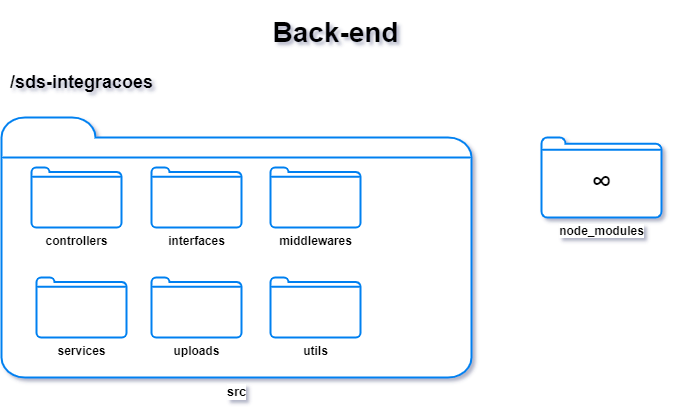
Before: img-docs/diagramas/diagrama-pacotes-backend.png, a diagram exported from draw.io (sdsunb/sds-integracoes-hackatona). Source tidied: cells renumbered, new cells last; positions are measured from the earlier drawing's top-left corner, leaving out a move shared by most shapes. The source it was exported from:
```xml
<mxGraphModel>
  <root>
    <mxCell id="0" />
    <mxCell id="1" parent="0" />
    <mxCell id="2" value="&lt;font style=&quot;font-size: 13px&quot;&gt;&lt;b&gt;src&lt;/b&gt;&lt;/font&gt;" style="html=1;verticalLabelPosition=bottom;align=center;labelBackgroundColor=#ffffff;verticalAlign=top;strokeWidth=2;strokeColor=#0080F0;shadow=0;dashed=0;shape=mxgraph.ios7.icons.folder;" parent="1" vertex="1">
      <mxGeometry y="110" width="470" height="260" as="geometry" />
    </mxCell>
    <mxCell id="3" value="&lt;h1&gt;&lt;font style=&quot;font-size: 28px&quot;&gt;Back-end&lt;/font&gt;&lt;/h1&gt;" style="text;html=1;align=center;verticalAlign=middle;strokeColor=none;fillColor=none;" parent="1" vertex="1">
      <mxGeometry x="264" width="140" height="50" as="geometry" />
    </mxCell>
    <mxCell id="4" value="&lt;h2&gt;/sds-integracoes&lt;/h2&gt;" style="text;html=1;align=center;verticalAlign=middle;strokeColor=none;fillColor=none;" parent="1" vertex="1">
      <mxGeometry y="50" width="160" height="50" as="geometry" />
    </mxCell>
    <mxCell id="5" value="&lt;b&gt;node_modules&lt;/b&gt;" style="html=1;verticalLabelPosition=bottom;align=center;labelBackgroundColor=#ffffff;verticalAlign=top;strokeWidth=2;strokeColor=#0080F0;shadow=0;dashed=0;shape=mxgraph.ios7.icons.folder;" parent="1" vertex="1">
      <mxGeometry x="540" y="130" width="120" height="80" as="geometry" />
    </mxCell>
    <mxCell id="6" value="&lt;b&gt;controllers&lt;/b&gt;" style="html=1;verticalLabelPosition=bottom;align=center;labelBackgroundColor=#ffffff;verticalAlign=top;strokeWidth=2;strokeColor=#0080F0;shadow=0;dashed=0;shape=mxgraph.ios7.icons.folder;" parent="1" vertex="1">
      <mxGeometry x="30" y="160" width="90" height="60" as="geometry" />
    </mxCell>
    <mxCell id="7" value="&lt;b&gt;interfaces&lt;/b&gt;" style="html=1;verticalLabelPosition=bottom;align=center;labelBackgroundColor=#ffffff;verticalAlign=top;strokeWidth=2;strokeColor=#0080F0;shadow=0;dashed=0;shape=mxgraph.ios7.icons.folder;" parent="1" vertex="1">
      <mxGeometry x="150" y="160" width="90" height="60" as="geometry" />
    </mxCell>
    <mxCell id="8" value="&lt;b&gt;middlewares&lt;br&gt;&lt;/b&gt;" style="html=1;verticalLabelPosition=bottom;align=center;labelBackgroundColor=#ffffff;verticalAlign=top;strokeWidth=2;strokeColor=#0080F0;shadow=0;dashed=0;shape=mxgraph.ios7.icons.folder;" parent="1" vertex="1">
      <mxGeometry x="269" y="160" width="90" height="60" as="geometry" />
    </mxCell>
    <mxCell id="9" value="&lt;b&gt;services&lt;br&gt;&lt;br&gt;&lt;/b&gt;" style="html=1;verticalLabelPosition=bottom;align=center;labelBackgroundColor=#ffffff;verticalAlign=top;strokeWidth=2;strokeColor=#0080F0;shadow=0;dashed=0;shape=mxgraph.ios7.icons.folder;" parent="1" vertex="1">
      <mxGeometry x="35" y="270" width="90" height="60" as="geometry" />
    </mxCell>
    <mxCell id="10" value="&lt;b&gt;uploads&lt;br&gt;&lt;/b&gt;" style="html=1;verticalLabelPosition=bottom;align=center;labelBackgroundColor=#ffffff;verticalAlign=top;strokeWidth=2;strokeColor=#0080F0;shadow=0;dashed=0;shape=mxgraph.ios7.icons.folder;" parent="1" vertex="1">
      <mxGeometry x="150" y="270" width="90" height="60" as="geometry" />
    </mxCell>
    <mxCell id="11" value="&lt;font style=&quot;font-size: 29px&quot;&gt;&lt;b&gt;∞&lt;/b&gt;&lt;/font&gt;" style="text;html=1;align=center;verticalAlign=middle;strokeColor=none;fillColor=none;fontSize=13;" parent="1" vertex="1">
      <mxGeometry x="580" y="160" width="40" height="30" as="geometry" />
    </mxCell>
    <mxCell id="12" value="&lt;b&gt;utils&lt;br&gt;&lt;/b&gt;" style="html=1;verticalLabelPosition=bottom;align=center;labelBackgroundColor=#ffffff;verticalAlign=top;strokeWidth=2;strokeColor=#0080F0;shadow=0;dashed=0;shape=mxgraph.ios7.icons.folder;" parent="1" vertex="1">
      <mxGeometry x="269" y="270" width="90" height="60" as="geometry" />
    </mxCell>
  </root>
</mxGraphModel>
```
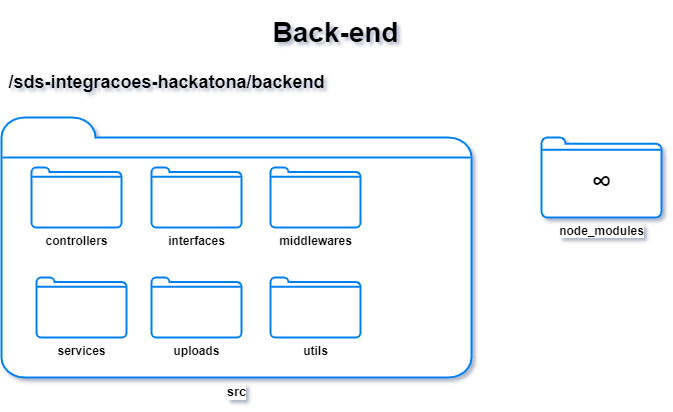
After the commit.

What changed in the source:
```diff
@@ -8,8 +8,8 @@
     <mxCell id="3" value="&lt;h1&gt;&lt;font style=&quot;font-size: 28px&quot;&gt;Back-end&lt;/font&gt;&lt;/h1&gt;" style="text;html=1;align=center;verticalAlign=middle;strokeColor=none;fillColor=none;" parent="1" vertex="1">
       <mxGeometry x="264" width="140" height="50" as="geometry" />
     </mxCell>
-    <mxCell id="4" value="&lt;h2&gt;/sds-integracoes&lt;/h2&gt;" style="text;html=1;align=center;verticalAlign=middle;strokeColor=none;fillColor=none;" parent="1" vertex="1">
-      <mxGeometry y="50" width="160" height="50" as="geometry" />
+    <mxCell id="4" value="&lt;h2&gt;/sds-integracoes-hackatona/backend&lt;/h2&gt;" style="text;html=1;align=center;verticalAlign=middle;strokeColor=none;fillColor=none;" parent="1" vertex="1">
+      <mxGeometry y="50" width="330" height="50" as="geometry" />
     </mxCell>
     <mxCell id="5" value="&lt;b&gt;node_modules&lt;/b&gt;" style="html=1;verticalLabelPosition=bottom;align=center;labelBackgroundColor=#ffffff;verticalAlign=top;strokeWidth=2;strokeColor=#0080F0;shadow=0;dashed=0;shape=mxgraph.ios7.icons.folder;" parent="1" vertex="1">
       <mxGeometry x="540" y="130" width="120" height="80" as="geometry" />
```
